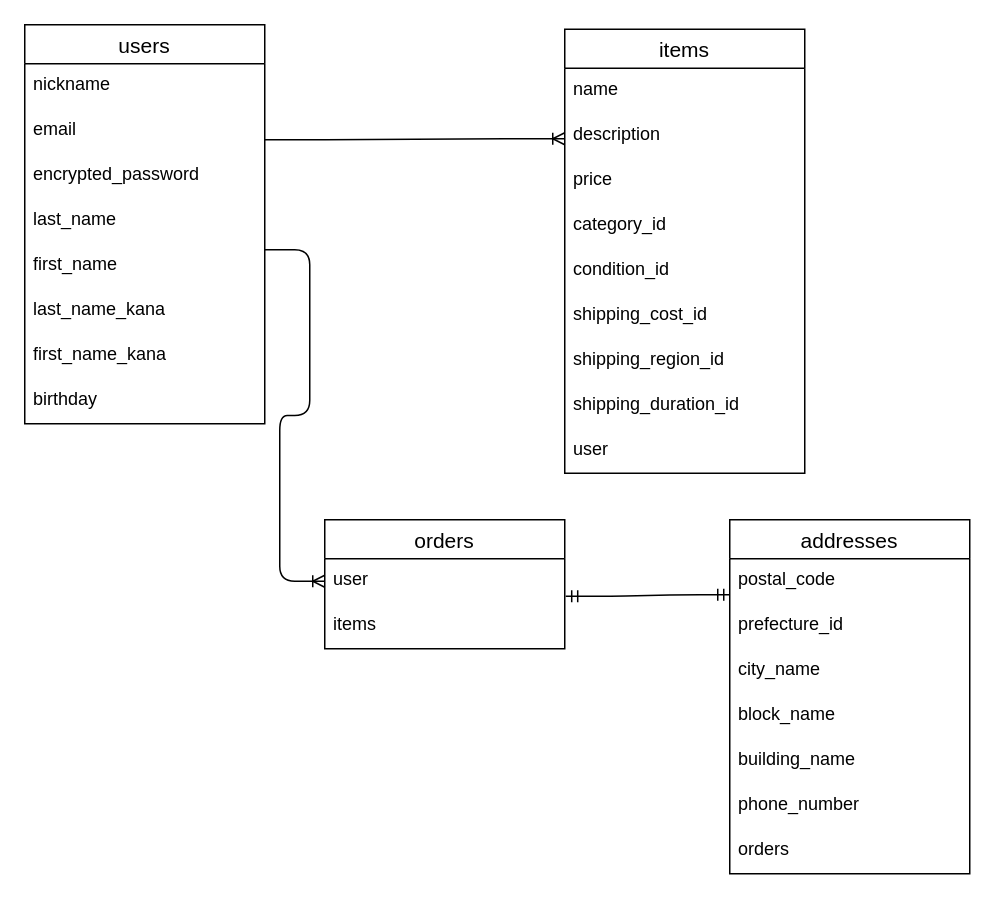
Earlier version of the draw.io diagram furima.dio (hikijikaito/furima-40494). Source tidied: cells renumbered, new cells numbered last; positions are measured from the earlier drawing's top-left corner, leaving out a move shared by most shapes. Both pictures are drawn from the tidied source at 150%, with x=0, y=0 at pixel (24, 24).
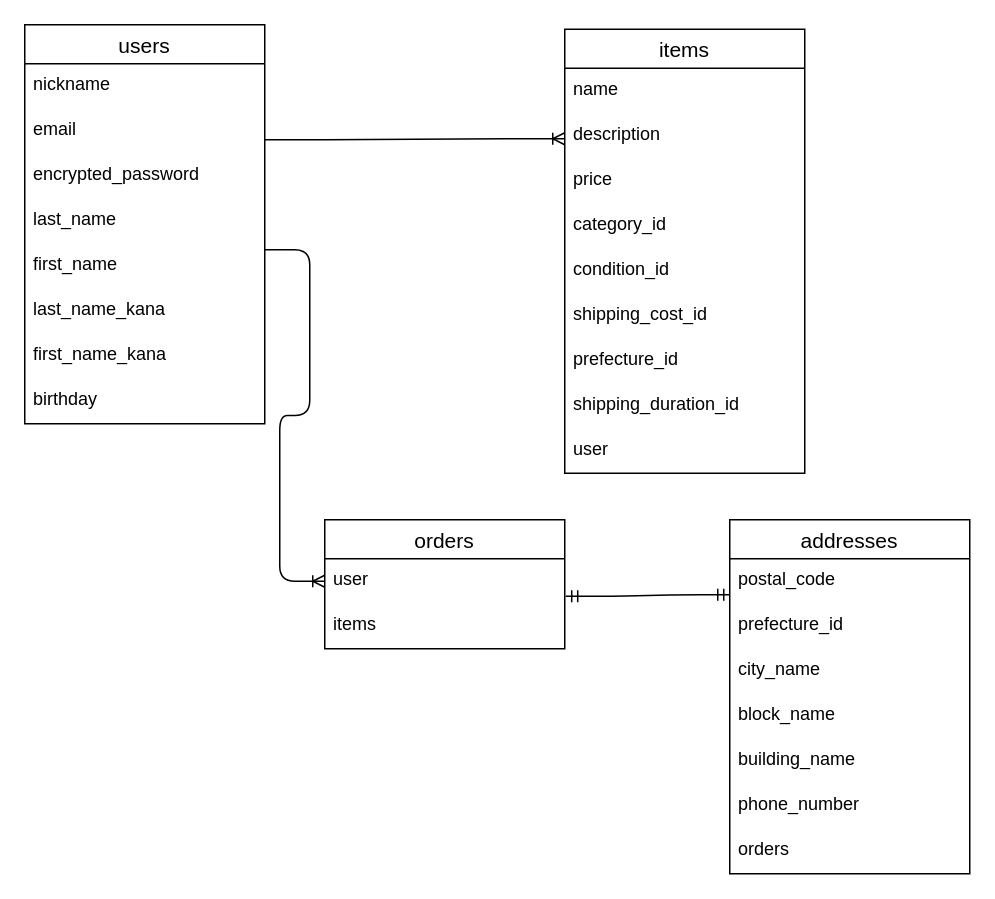
After the change.

Commit message (it also covers changes not shown here):
単数形に変更

Unchanged cells that the change refers to:
```xml
<mxCell id="11" value="items" style="swimlane;fontStyle=0;horizontal=1;startSize=26;align=center;fontSize=14;" parent="1" vertex="1">
  <mxGeometry x="360" y="3" width="160" height="296" as="geometry" />
</mxCell>
```

Diff of the diagram source:
```diff
@@
-    <mxCell id="18" value="shipping_region_id" style="text;strokeColor=none;fillColor=none;spacingLeft=4;spacingRight=4;overflow=hidden;fontSize=12;" parent="11" vertex="1">
+    <mxCell id="18" value="prefecture_id" style="text;strokeColor=none;fillColor=none;spacingLeft=4;spacingRight=4;overflow=hidden;fontSize=12;" parent="11" vertex="1">
       <mxGeometry y="206" width="160" height="30" as="geometry" />
     </mxCell>
```
